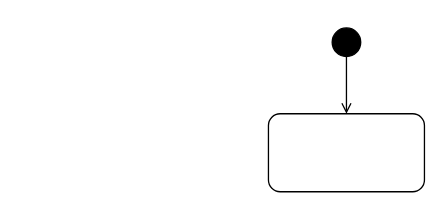
JudilenaGalvao/Projeto-POO keeps this draw.io diagram as Diagrama de atividade - Desistir do ingresso.drawio. Above is the earlier version. Source tidied: cells renumbered, new cells numbered last; positions are measured from the earlier drawing's top-left corner, leaving out a move shared by most shapes. Both pictures are drawn from the tidied source at 130%, with x=0, y=0 at pixel (268, 22).
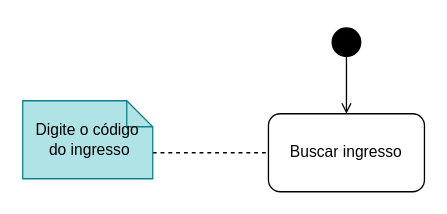
The same page after the edit.

The edit, as a diff of the source:
```diff
@@
 <mxGraphModel>
   <root>
     <mxCell id="0" />
     <mxCell id="1" parent="0" />
     <mxCell id="2" style="edgeStyle=orthogonalEdgeStyle;rounded=0;jettySize=auto;html=1;exitX=0.5;exitY=0.8;exitDx=0;exitDy=0;entryX=0.5;entryY=0;entryDx=0;entryDy=0;exitPerimeter=0;endArrow=open;endFill=0;" parent="1" edge="1" source="3" target="4">
       <mxGeometry relative="1" as="geometry" />
     </mxCell>
     <mxCell id="3" style="ellipse;html=1;shape=startState;fillColor=#000000;strokeColor=#000000;" parent="1" vertex="1">
       <mxGeometry x="45" width="30" height="30" as="geometry" />
     </mxCell>
-    <mxCell id="4" style="rounded=1;whiteSpace=wrap;html=1;" parent="1" vertex="1">
+    <mxCell id="4" value="Buscar ingresso" style="rounded=1;whiteSpace=wrap;html=1;" parent="1" vertex="1">
       <mxGeometry y="70" width="120" height="60" as="geometry" />
     </mxCell>
+    <mxCell id="5" style="edgeStyle=orthogonalEdgeStyle;rounded=0;jettySize=auto;html=1;exitX=0;exitY=0;exitDx=100;exitDy=40;exitPerimeter=0;entryX=0;entryY=0.5;entryDx=0;entryDy=0;endArrow=none;endFill=0;dashed=1;" parent="1" edge="1" source="6" target="4">
+      <mxGeometry relative="1" as="geometry" />
+    </mxCell>
+    <mxCell id="6" value="Digite o código&lt;br style=&quot;border-color: var(--border-color);&quot;&gt;&lt;span style=&quot;&quot;&gt;&amp;nbsp;do ingresso&lt;/span&gt;" style="shape=note;size=20;whiteSpace=wrap;html=1;fillColor=#b0e3e6;strokeColor=#0e8088;" parent="1" vertex="1">
+      <mxGeometry x="-189" y="60" width="100" height="60" as="geometry" />
+    </mxCell>
   </root>
 </mxGraphModel>
```
